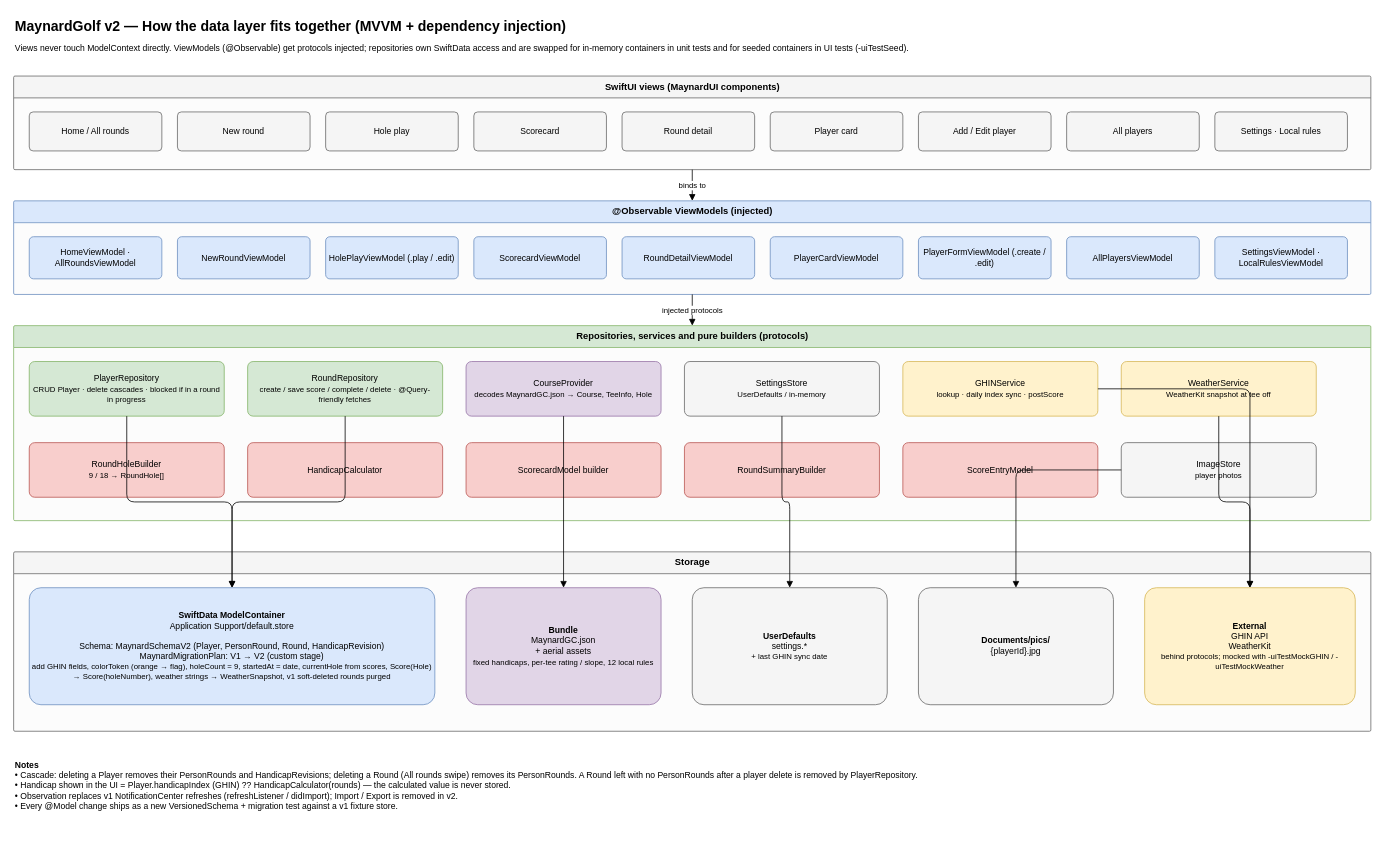
tassinari/MaynardGolf keeps this draw.io diagram as page "How it fits (layers)" (2 of 2) of docs/data-model.drawio. Above is the earlier version. Source tidied: cells renumbered, new cells numbered last; positions are measured from the earlier drawing's top-left corner, leaving out a move shared by most shapes. Both pictures are drawn from the tidied source at 78%, with x=0, y=0 at pixel (13, 13).
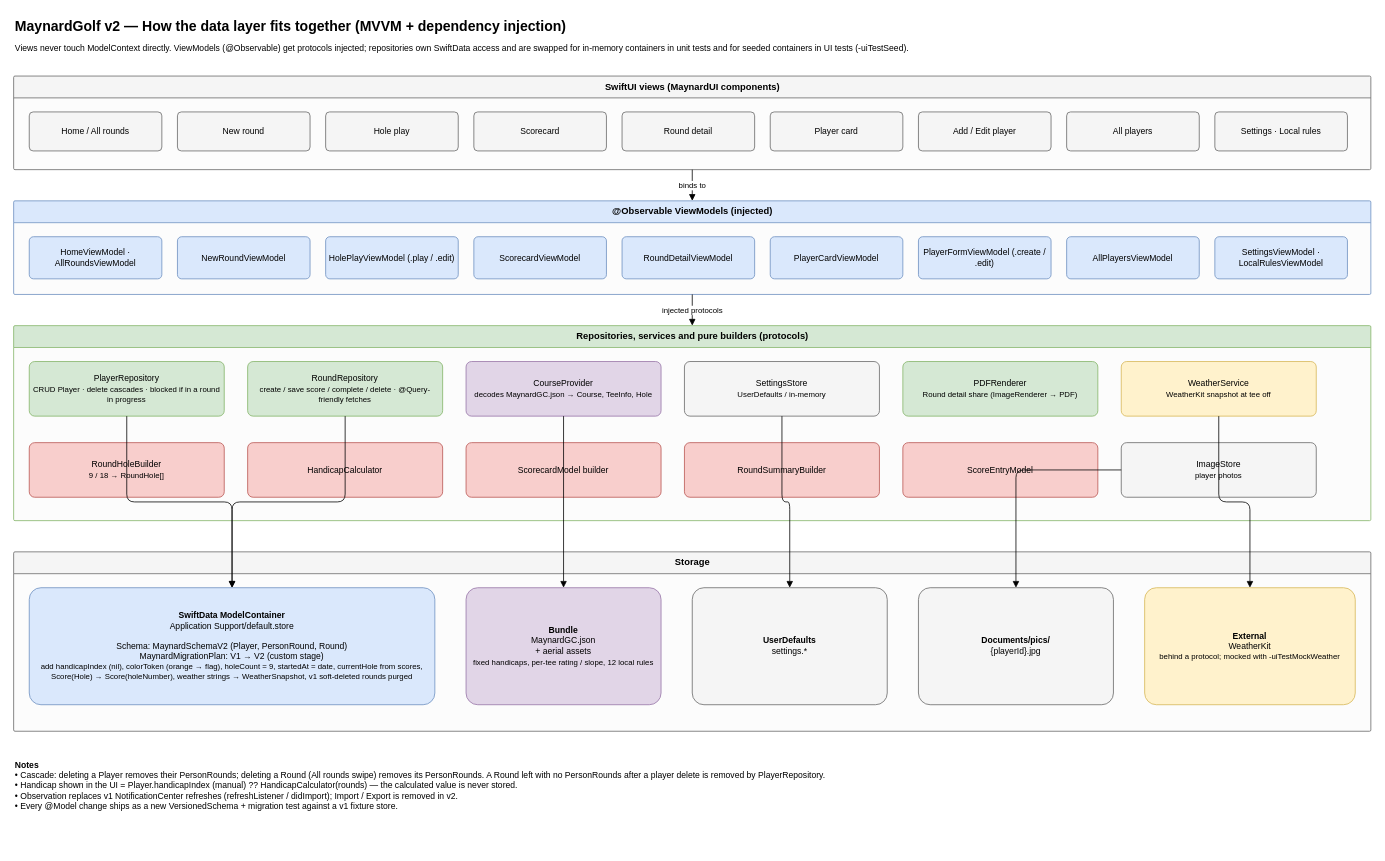
After the change.

Commit message (it also covers changes not shown here):
docs: remove GHIN; handicap is manual entry, else calculated

Unchanged cells that the change refers to:
```xml
<mxCell id="24" value="Repositories, services and pure builders (protocols)" style="swimlane;html=1;startSize=28;fillColor=#d5e8d4;strokeColor=#82b366;fontStyle=1;swimlaneFillColor=#fcfcfc;rounded=1;arcSize=2;" parent="1" vertex="1">
  <mxGeometry y="400" width="1740" height="250" as="geometry" />
</mxCell>
<mxCell id="30" value="WeatherService&lt;br&gt;&lt;font style='font-size:10px'&gt;WeatherKit snapshot at tee off&lt;/font&gt;" style="rounded=1;whiteSpace=wrap;html=1;fillColor=#fff2cc;strokeColor=#d6b656;fontSize=11;arcSize=10;" parent="24" vertex="1">
  <mxGeometry x="1420" y="46" width="250" height="70" as="geometry" />
</mxCell>
<mxCell id="37" value="Storage" style="swimlane;html=1;startSize=28;fillColor=#f5f5f5;strokeColor=#666666;fontStyle=1;swimlaneFillColor=#fcfcfc;rounded=1;arcSize=2;" parent="1" vertex="1">
  <mxGeometry y="690" width="1740" height="230" as="geometry" />
</mxCell>
```

What changed in the source:
```diff
@@
-    <mxCell id="29" value="GHINService&lt;br&gt;&lt;font style='font-size:10px'&gt;lookup · daily index sync · postScore&lt;/font&gt;" style="rounded=1;whiteSpace=wrap;html=1;fillColor=#fff2cc;strokeColor=#d6b656;fontSize=11;arcSize=10;" parent="24" vertex="1">
-      <mxGeometry x="1140" y="46" width="250" height="70" as="geometry" />
-    </mxCell>
+    <mxCell id="53" value="PDFRenderer&lt;br&gt;&lt;font style='font-size:10px'&gt;Round detail share (ImageRenderer → PDF)&lt;/font&gt;" style="rounded=1;whiteSpace=wrap;html=1;fillColor=#d5e8d4;strokeColor=#82b366;fontSize=11;arcSize=10;" parent="24" vertex="1">
+      <mxGeometry x="1140" y="46" width="250" height="70" as="geometry" />
+    </mxCell>
@@
-    <mxCell id="38" value="&lt;b&gt;SwiftData ModelContainer&lt;/b&gt;&lt;br&gt;Application Support/default.store&lt;br&gt;&lt;br&gt;Schema: MaynardSchemaV2 (Player, PersonRound, Round, HandicapRevision)&lt;br&gt;MaynardMigrationPlan: V1 → V2 (custom stage)&lt;br&gt;&lt;font style='font-size:10px'&gt;add GHIN fields, colorToken (orange → flag), holeCount = 9, startedAt = date, currentHole from scores, Score(Hole) → Score(holeNumber), weather strings → WeatherSnapshot, v1 soft-deleted rounds purged&lt;/font&gt;" style="rounded=1;whiteSpace=wrap;html=1;fillColor=#dae8fc;strokeColor=#6c8ebf;fontSize=11;arcSize=10;" parent="37" vertex="1">
+    <mxCell id="38" value="&lt;b&gt;SwiftData ModelContainer&lt;/b&gt;&lt;br&gt;Application Support/default.store&lt;br&gt;&lt;br&gt;Schema: MaynardSchemaV2 (Player, PersonRound, Round)&lt;br&gt;MaynardMigrationPlan: V1 → V2 (custom stage)&lt;br&gt;&lt;font style='font-size:10px'&gt;add handicapIndex (nil), colorToken (orange → flag), holeCount = 9, startedAt = date, currentHole from scores, Score(Hole) → Score(holeNumber), weather strings → WeatherSnapshot, v1 soft-deleted rounds purged&lt;/font&gt;" style="rounded=1;whiteSpace=wrap;html=1;fillColor=#dae8fc;strokeColor=#6c8ebf;fontSize=11;arcSize=10;" parent="37" vertex="1">
       <mxGeometry x="20" y="46" width="520" height="150" as="geometry" />
     </mxCell>
@@
-    <mxCell id="40" value="&lt;b&gt;UserDefaults&lt;/b&gt;&lt;br&gt;settings.*&lt;br&gt;&lt;font style='font-size:10px'&gt;+ last GHIN sync date&lt;/font&gt;" style="rounded=1;whiteSpace=wrap;html=1;fillColor=#f5f5f5;strokeColor=#666666;fontSize=11;arcSize=10;" parent="37" vertex="1">
+    <mxCell id="40" value="&lt;b&gt;UserDefaults&lt;/b&gt;&lt;br&gt;settings.*" style="rounded=1;whiteSpace=wrap;html=1;fillColor=#f5f5f5;strokeColor=#666666;fontSize=11;arcSize=10;" parent="37" vertex="1">
       <mxGeometry x="870" y="46" width="250" height="150" as="geometry" />
     </mxCell>
@@
-    <mxCell id="42" value="&lt;b&gt;External&lt;/b&gt;&lt;br&gt;GHIN API&lt;br&gt;WeatherKit&lt;br&gt;&lt;font style='font-size:10px'&gt;behind protocols; mocked with -uiTestMockGHIN / -uiTestMockWeather&lt;/font&gt;" style="rounded=1;whiteSpace=wrap;html=1;fillColor=#fff2cc;strokeColor=#d6b656;fontSize=11;arcSize=10;" parent="37" vertex="1">
+    <mxCell id="42" value="&lt;b&gt;External&lt;/b&gt;&lt;br&gt;WeatherKit&lt;br&gt;&lt;font style='font-size:10px'&gt;behind a protocol; mocked with -uiTestMockWeather&lt;/font&gt;" style="rounded=1;whiteSpace=wrap;html=1;fillColor=#fff2cc;strokeColor=#d6b656;fontSize=11;arcSize=10;" parent="37" vertex="1">
       <mxGeometry x="1450" y="46" width="270" height="150" as="geometry" />
     </mxCell>
@@
-    <mxCell id="50" style="edgeStyle=orthogonalEdgeStyle;html=1;rounded=1;fontSize=10;labelBackgroundColor=#ffffff;endArrow=block;endFill=1;endSize=6;" parent="1" edge="1" source="29" target="42">
+    <mxCell id="50" style="edgeStyle=orthogonalEdgeStyle;html=1;rounded=1;fontSize=10;labelBackgroundColor=#ffffff;endArrow=block;endFill=1;endSize=6;" parent="1" edge="1" source="30" target="42">
       <mxGeometry relative="1" as="geometry" />
     </mxCell>
-    <mxCell id="51" style="edgeStyle=orthogonalEdgeStyle;html=1;rounded=1;fontSize=10;labelBackgroundColor=#ffffff;endArrow=block;endFill=1;endSize=6;" parent="1" edge="1" source="30" target="42">
-      <mxGeometry relative="1" as="geometry" />
-    </mxCell>
-    <mxCell id="52" value="&lt;b&gt;Notes&lt;/b&gt;&lt;br&gt;• Cascade: deleting a Player removes their PersonRounds and HandicapRevisions; deleting a Round (All rounds swipe) removes its PersonRounds. A Round left with no PersonRounds after a player delete is removed by PlayerRepository.&lt;br&gt;• Handicap shown in the UI = Player.handicapIndex (GHIN) ?? HandicapCalculator(rounds) — the calculated value is never stored.&lt;br&gt;• Observation replaces v1 NotificationCenter refreshes (refreshListener / didImport); Import / Export is removed in v2.&lt;br&gt;• Every @Model change ships as a new VersionedSchema + migration test against a v1 fixture store." style="text;html=1;strokeColor=none;fillColor=none;align=left;verticalAlign=top;whiteSpace=wrap;fontSize=11;" parent="1" vertex="1">
-      <mxGeometry y="950" width="1740" height="120" as="geometry" />
-    </mxCell>
+    <mxCell id="54" value="&lt;b&gt;Notes&lt;/b&gt;&lt;br&gt;• Cascade: deleting a Player removes their PersonRounds; deleting a Round (All rounds swipe) removes its PersonRounds. A Round left with no PersonRounds after a player delete is removed by PlayerRepository.&lt;br&gt;• Handicap shown in the UI = Player.handicapIndex (manual) ?? HandicapCalculator(rounds) — the calculated value is never stored.&lt;br&gt;• Observation replaces v1 NotificationCenter refreshes (refreshListener / didImport); Import / Export is removed in v2.&lt;br&gt;• Every @Model change ships as a new VersionedSchema + migration test against a v1 fixture store." style="text;html=1;strokeColor=none;fillColor=none;align=left;verticalAlign=top;whiteSpace=wrap;fontSize=11;" parent="1" vertex="1">
+      <mxGeometry y="950" width="1740" height="120" as="geometry" />
+    </mxCell>
```
